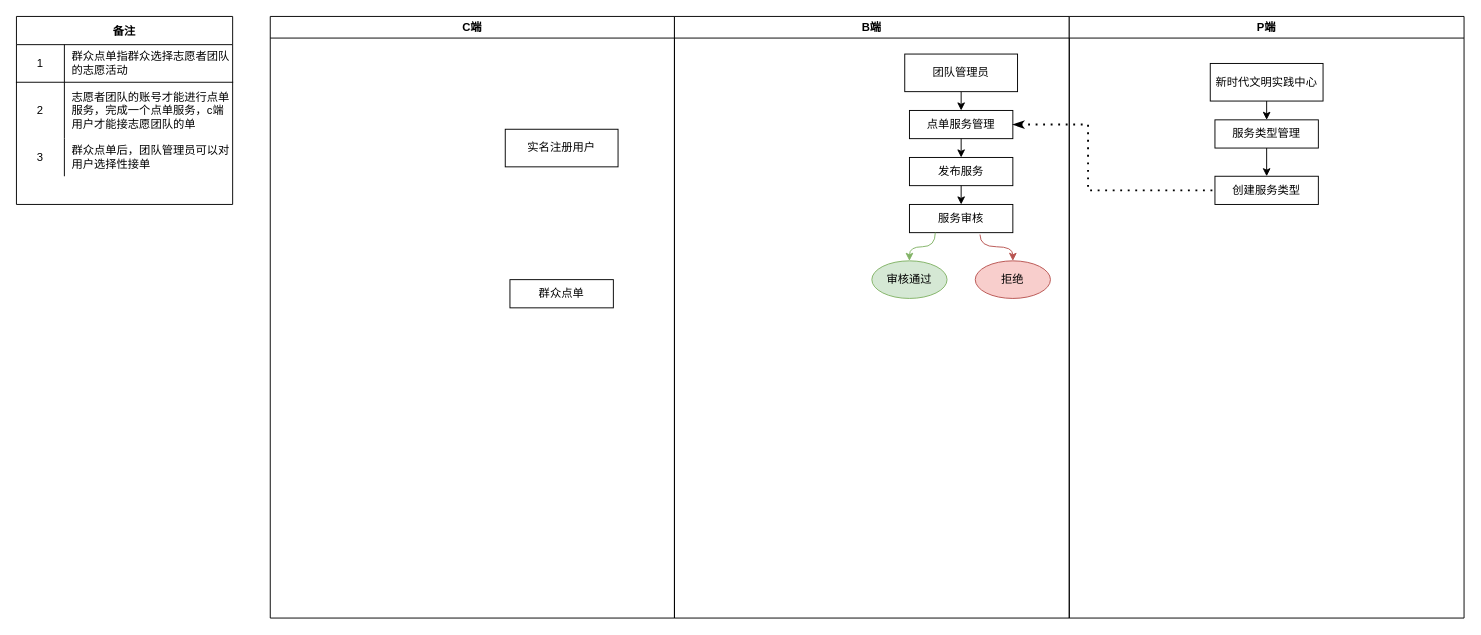
The draw.io diagram 未命名绘图.drawio in KZ137onethe/hello-world, before the edit. Source tidied: cells renumbered, new cells numbered last; positions are measured from the earlier drawing's top-left corner, leaving out a move shared by most shapes. Both pictures are drawn from the tidied source at 94%, with x=0, y=0 at pixel (16, 16).
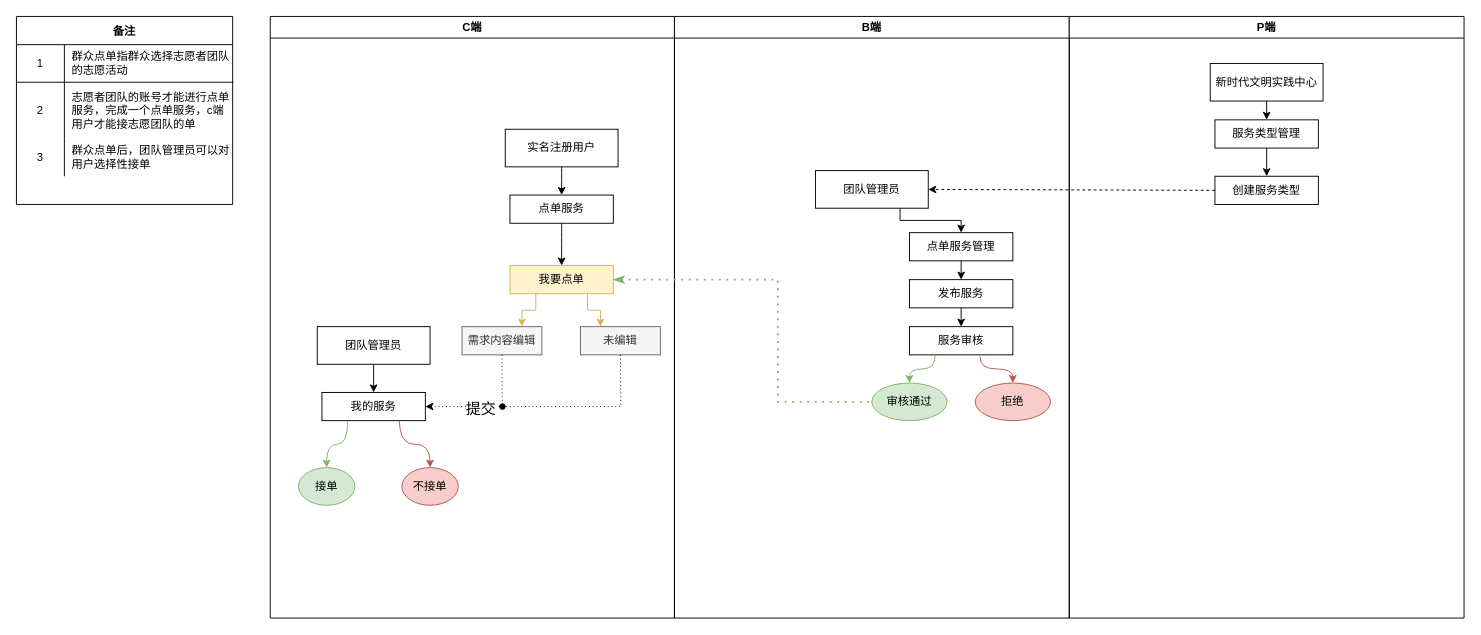
Above is the later version.

Commit message:
未命名绘图.drawio

The change refers to these unchanged cells:
```xml
<mxCell id="12" value="C端" style="swimlane;fontColor=default;strokeColor=default;fillColor=default;" parent="1" vertex="1">
  <mxGeometry x="270" width="430" height="640" as="geometry" />
</mxCell>
<mxCell id="14" value="实名注册用户" style="rounded=0;whiteSpace=wrap;html=1;fontColor=default;strokeColor=default;fillColor=default;" parent="12" vertex="1">
  <mxGeometry x="250" y="120" width="120" height="40" as="geometry" />
</mxCell>
<mxCell id="15" value="B端" style="swimlane;fontColor=default;strokeColor=default;fillColor=default;" parent="1" vertex="1">
  <mxGeometry x="700" width="420" height="640" as="geometry" />
</mxCell>
<mxCell id="30" value="创建服务类型" style="rounded=0;whiteSpace=wrap;html=1;fontColor=default;strokeColor=default;fillColor=default;" parent="27" vertex="1">
  <mxGeometry x="155" y="170" width="110" height="30" as="geometry" />
</mxCell>
```

The edit, as a diff of the source:
```diff
@@
-    <mxCell id="13" value="群众点单" style="rounded=0;whiteSpace=wrap;html=1;fontColor=default;strokeColor=default;fillColor=default;" parent="12" vertex="1">
-      <mxGeometry x="255" y="280" width="110" height="30" as="geometry" />
+    <mxCell id="13" value="我要点单" style="rounded=0;whiteSpace=wrap;html=1;strokeColor=#d6b656;fillColor=#fff2cc;fontColor=default;" parent="12" vertex="1">
+      <mxGeometry x="255" y="265" width="110" height="30" as="geometry" />
     </mxCell>
@@
+    <mxCell id="34" value="点单服务" style="rounded=0;whiteSpace=wrap;html=1;fontColor=default;strokeColor=default;fillColor=default;" parent="12" vertex="1">
+      <mxGeometry x="255" y="190" width="110" height="30" as="geometry" />
+    </mxCell>
+    <mxCell id="35" style="endArrow=classic;html=1;rounded=0;labelBackgroundColor=default;fontColor=default;strokeColor=default;fillColor=default;curved=1;exitX=0.5;exitY=1;exitDx=0;exitDy=0;entryX=0.5;entryY=0;entryDx=0;entryDy=0;" parent="12" edge="1" source="14" target="34">
+      <mxGeometry relative="1" as="geometry" />
+    </mxCell>
+    <mxCell id="36" value="需求内容编辑" style="rounded=0;whiteSpace=wrap;html=1;fontColor=#333333;strokeColor=#666666;fillColor=#f5f5f5;" parent="12" vertex="1">
+      <mxGeometry x="204" y="330" width="85" height="30" as="geometry" />
+    </mxCell>
+    <mxCell id="37" style="endArrow=classic;html=1;rounded=0;labelBackgroundColor=default;fontColor=default;strokeColor=default;fillColor=default;curved=1;exitX=0.5;exitY=1;exitDx=0;exitDy=0;entryX=0.5;entryY=0;entryDx=0;entryDy=0;" parent="12" edge="1" source="34" target="13">
+      <mxGeometry relative="1" as="geometry" />
+    </mxCell>
+    <mxCell id="38" value="未编辑" style="rounded=0;whiteSpace=wrap;html=1;fontColor=#333333;strokeColor=#666666;fillColor=#f5f5f5;" parent="12" vertex="1">
+      <mxGeometry x="330" y="330" width="85" height="30" as="geometry" />
+    </mxCell>
+    <mxCell id="39" style="endArrow=classic;html=1;rounded=0;labelBackgroundColor=default;fontColor=default;strokeColor=#d6b656;fillColor=#fff2cc;exitX=0.25;exitY=1;exitDx=0;exitDy=0;entryX=0.75;entryY=0;entryDx=0;entryDy=0;edgeStyle=orthogonalEdgeStyle;" parent="12" edge="1" source="13" target="36">
+      <mxGeometry relative="1" as="geometry" />
+    </mxCell>
+    <mxCell id="40" style="endArrow=classic;html=1;rounded=0;labelBackgroundColor=default;fontColor=default;strokeColor=#d6b656;fillColor=#fff2cc;exitX=0.75;exitY=1;exitDx=0;exitDy=0;entryX=0.25;entryY=0;entryDx=0;entryDy=0;edgeStyle=orthogonalEdgeStyle;" parent="12" edge="1" source="13" target="38">
+      <mxGeometry relative="1" as="geometry" />
+    </mxCell>
+    <mxCell id="41" value="团队管理员" style="rounded=0;whiteSpace=wrap;html=1;fontColor=default;strokeColor=default;fillColor=default;" parent="12" vertex="1">
+      <mxGeometry x="50" y="330" width="120" height="40" as="geometry" />
+    </mxCell>
+    <mxCell id="42" value="我的服务" style="rounded=0;whiteSpace=wrap;html=1;fontColor=default;strokeColor=default;fillColor=default;" parent="12" vertex="1">
+      <mxGeometry x="55" y="400" width="110" height="30" as="geometry" />
+    </mxCell>
+    <mxCell id="43" style="endArrow=classic;dashed=1;html=1;dashPattern=1 3;strokeWidth=1;rounded=0;labelBackgroundColor=default;fontSize=14;fontColor=default;fillColor=default;elbow=vertical;exitX=0.5;exitY=1;exitDx=0;exitDy=0;strokeColor=default;startArrow=none;startFill=0;endFill=1;entryX=1;entryY=0.5;entryDx=0;entryDy=0;" parent="12" edge="1" source="38" target="42">
+      <mxGeometry relative="1" as="geometry">
+        <Array as="points">
+          <mxPoint x="373" y="415" />
+          <mxPoint x="250" y="415" />
+        </Array>
+      </mxGeometry>
+    </mxCell>
+    <mxCell id="44" value="&lt;font style=&quot;font-size: 16px&quot;&gt;提交&lt;/font&gt;" style="edgeLabel;html=1;align=center;verticalAlign=middle;fontSize=14;fontColor=default;" parent="43" vertex="1">
+      <mxGeometry x="0.56" y="1" relative="1" as="geometry" />
+    </mxCell>
+    <mxCell id="45" value="接单" style="ellipse;whiteSpace=wrap;html=1;strokeColor=#82b366;fillColor=#d5e8d4;fontColor=default;" parent="12" vertex="1">
+      <mxGeometry x="30" y="480" width="60" height="40" as="geometry" />
+    </mxCell>
+    <mxCell id="46" value="不接单" style="ellipse;whiteSpace=wrap;html=1;strokeColor=#b85450;fillColor=#f8cecc;fontColor=default;" parent="12" vertex="1">
+      <mxGeometry x="140" y="480" width="60" height="40" as="geometry" />
+    </mxCell>
+    <mxCell id="47" style="endArrow=classic;html=1;rounded=0;labelBackgroundColor=default;fontSize=16;fontColor=default;strokeColor=default;strokeWidth=1;fillColor=default;elbow=vertical;exitX=0.5;exitY=1;exitDx=0;exitDy=0;entryX=0.5;entryY=0;entryDx=0;entryDy=0;" parent="12" edge="1" source="41" target="42">
+      <mxGeometry relative="1" as="geometry" />
+    </mxCell>
+    <mxCell id="48" style="endArrow=classic;html=1;rounded=0;labelBackgroundColor=default;fontSize=16;fontColor=default;strokeColor=#82b366;strokeWidth=1;fillColor=#d5e8d4;elbow=vertical;exitX=0.25;exitY=1;exitDx=0;exitDy=0;entryX=0.5;entryY=0;entryDx=0;entryDy=0;edgeStyle=orthogonalEdgeStyle;curved=1;" parent="12" edge="1" source="42" target="45">
+      <mxGeometry relative="1" as="geometry" />
+    </mxCell>
+    <mxCell id="49" style="endArrow=classic;html=1;rounded=0;labelBackgroundColor=default;fontSize=16;fontColor=default;strokeColor=#b85450;strokeWidth=1;fillColor=#f8cecc;elbow=vertical;exitX=0.75;exitY=1;exitDx=0;exitDy=0;edgeStyle=orthogonalEdgeStyle;curved=1;" parent="12" edge="1" source="42" target="46">
+      <mxGeometry relative="1" as="geometry" />
+    </mxCell>
@@
     <mxCell id="16" value="点单服务管理" style="rounded=0;whiteSpace=wrap;html=1;fontColor=default;strokeColor=default;fillColor=default;" parent="15" vertex="1">
-      <mxGeometry x="250" y="100" width="110" height="30" as="geometry" />
+      <mxGeometry x="250" y="230" width="110" height="30" as="geometry" />
     </mxCell>
-    <mxCell id="17" style="endArrow=classic;html=1;rounded=0;labelBackgroundColor=default;fontColor=default;strokeColor=default;exitX=0.5;exitY=1;exitDx=0;exitDy=0;fillColor=default;" parent="15" edge="1" source="22" target="16">
+    <mxCell id="17" style="endArrow=classic;html=1;rounded=0;labelBackgroundColor=default;fontColor=default;strokeColor=default;exitX=0.75;exitY=1;exitDx=0;exitDy=0;fillColor=default;entryX=0.5;entryY=0;entryDx=0;entryDy=0;edgeStyle=orthogonalEdgeStyle;" parent="15" edge="1" source="22" target="16">
       <mxGeometry relative="1" as="geometry" />
     </mxCell>
     <mxCell id="18" value="发布服务" style="rounded=0;whiteSpace=wrap;html=1;fontColor=default;strokeColor=default;fillColor=default;" parent="15" vertex="1">
-      <mxGeometry x="250" y="150" width="110" height="30" as="geometry" />
+      <mxGeometry x="250" y="280" width="110" height="30" as="geometry" />
     </mxCell>
@@
     <mxCell id="20" value="服务审核" style="rounded=0;whiteSpace=wrap;html=1;fontColor=default;strokeColor=default;fillColor=default;" parent="15" vertex="1">
-      <mxGeometry x="250" y="200" width="110" height="30" as="geometry" />
+      <mxGeometry x="250" y="330" width="110" height="30" as="geometry" />
     </mxCell>
@@
     <mxCell id="22" value="团队管理员" style="rounded=0;whiteSpace=wrap;html=1;fontColor=default;strokeColor=default;fillColor=default;" parent="15" vertex="1">
-      <mxGeometry x="245" y="40" width="120" height="40" as="geometry" />
+      <mxGeometry x="150" y="164" width="120" height="40" as="geometry" />
     </mxCell>
     <mxCell id="23" value="审核通过" style="ellipse;whiteSpace=wrap;html=1;strokeColor=#82b366;fillColor=#d5e8d4;fontColor=default;" parent="15" vertex="1">
-      <mxGeometry x="210" y="260" width="80" height="40" as="geometry" />
+      <mxGeometry x="210" y="390" width="80" height="40" as="geometry" />
     </mxCell>
     <mxCell id="24" value="拒绝" style="ellipse;whiteSpace=wrap;html=1;strokeColor=#b85450;fillColor=#f8cecc;fontColor=default;" parent="15" vertex="1">
-      <mxGeometry x="320" y="260" width="80" height="40" as="geometry" />
+      <mxGeometry x="320" y="390" width="80" height="40" as="geometry" />
     </mxCell>
@@
-    <mxCell id="33" style="endArrow=none;dashed=1;html=1;dashPattern=1 3;strokeWidth=2;rounded=0;labelBackgroundColor=default;fontColor=default;entryX=0;entryY=0.5;entryDx=0;entryDy=0;strokeColor=default;exitX=1;exitY=0.5;exitDx=0;exitDy=0;endFill=0;startArrow=classicThin;startFill=1;" parent="1" edge="1" source="16" target="30">
-      <mxGeometry relative="1" as="geometry">
-        <Array as="points">
-          <mxPoint x="1140" y="115" />
-          <mxPoint x="1140" y="185" />
-        </Array>
-      </mxGeometry>
-    </mxCell>
+    <mxCell id="50" style="endArrow=classic;html=1;rounded=0;labelBackgroundColor=default;fontSize=14;fontColor=default;strokeColor=default;fillColor=default;elbow=vertical;exitX=0;exitY=0.5;exitDx=0;exitDy=0;entryX=1;entryY=0.5;entryDx=0;entryDy=0;dashed=1;" parent="1" edge="1" source="30" target="22">
+      <mxGeometry relative="1" as="geometry" />
+    </mxCell>
+    <mxCell id="51" style="endArrow=none;dashed=1;html=1;dashPattern=1 3;strokeWidth=2;rounded=0;labelBackgroundColor=default;fontSize=14;fontColor=default;fillColor=#d5e8d4;elbow=vertical;exitX=1;exitY=0.5;exitDx=0;exitDy=0;strokeColor=#82b366;entryX=0;entryY=0.5;entryDx=0;entryDy=0;startArrow=classicThin;startFill=1;" parent="1" edge="1" source="13" target="23">
+      <mxGeometry relative="1" as="geometry">
+        <Array as="points">
+          <mxPoint x="810" y="280" />
+          <mxPoint x="810" y="410" />
+        </Array>
+      </mxGeometry>
+    </mxCell>
+    <mxCell id="52" style="endArrow=oval;dashed=1;html=1;dashPattern=1 3;strokeWidth=1;rounded=0;labelBackgroundColor=default;fontSize=16;fontColor=default;fillColor=default;curved=1;elbow=vertical;strokeColor=default;endFill=1;exitX=0.5;exitY=1;exitDx=0;exitDy=0;" parent="1" edge="1" source="36">
+      <mxGeometry relative="1" as="geometry">
+        <mxPoint x="517" y="415" as="targetPoint" />
+      </mxGeometry>
+    </mxCell>
```
